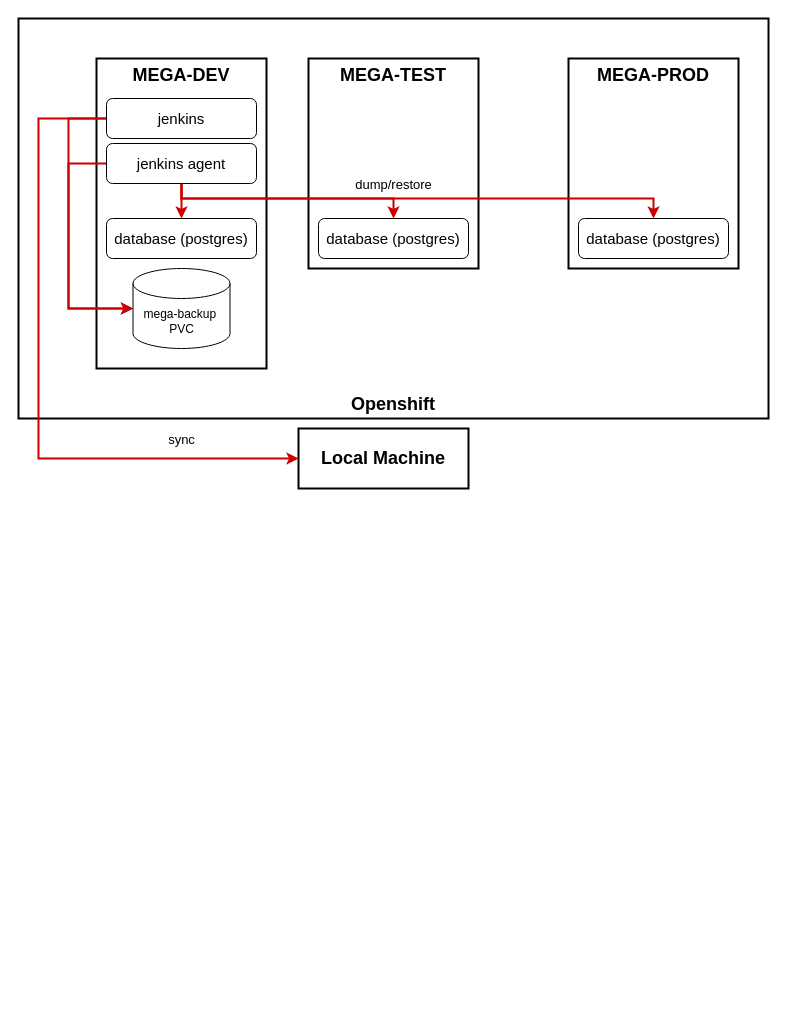
The draw.io diagram page "MEGA-Backup" (2 of 2) of doc/drawings/mega-infrastructure.drawio in Gepardec/mega-infrastructure, before the edit. Source tidied: cells renumbered, new cells numbered last; positions are measured from the earlier drawing's top-left corner, leaving out a move shared by most shapes. Both pictures are drawn from the tidied source at 100%, with x=0, y=0 at pixel (18, 18).
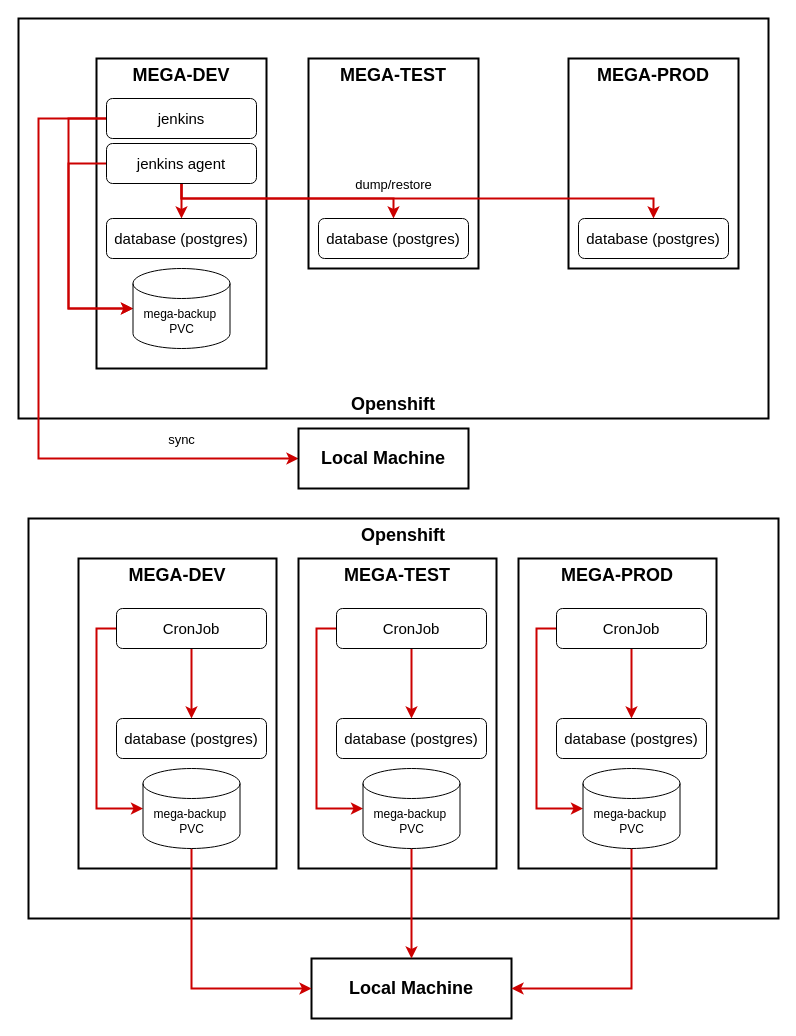
After the change.

What changed in the source:
```diff
@@
+    <mxCell id="21" value="Openshift" style="rounded=0;whiteSpace=wrap;html=1;strokeWidth=2;fontSize=18;align=center;verticalAlign=top;fontStyle=1;" parent="1" vertex="1">
+      <mxGeometry x="10" y="500" width="750" height="400" as="geometry" />
+    </mxCell>
+    <mxCell id="22" value="MEGA-DEV" style="rounded=0;whiteSpace=wrap;html=1;fontSize=18;verticalAlign=top;fontStyle=1;strokeWidth=2;" parent="1" vertex="1">
+      <mxGeometry x="60" y="540" width="198" height="310" as="geometry" />
+    </mxCell>
+    <mxCell id="23" style="edgeStyle=orthogonalEdgeStyle;rounded=0;jettySize=auto;html=1;exitX=0.5;exitY=1;exitDx=0;exitDy=0;entryX=0.5;entryY=0;entryDx=0;entryDy=0;strokeWidth=2;strokeColor=#CC0000;" parent="1" edge="1" source="25" target="26">
+      <mxGeometry relative="1" as="geometry" />
+    </mxCell>
+    <mxCell id="24" style="edgeStyle=orthogonalEdgeStyle;rounded=0;jettySize=auto;html=1;exitX=0;exitY=0.5;exitDx=0;exitDy=0;entryX=0;entryY=0.5;entryDx=0;entryDy=0;entryPerimeter=0;strokeWidth=2;strokeColor=#CC0000;" parent="1" edge="1" source="25" target="29">
+      <mxGeometry relative="1" as="geometry" />
+    </mxCell>
+    <mxCell id="25" value="&lt;font style=&quot;font-size: 15px&quot;&gt;CronJob&lt;/font&gt;" style="rounded=1;whiteSpace=wrap;html=1;fontSize=18;align=center;" parent="1" vertex="1">
+      <mxGeometry x="98" y="590" width="150" height="40" as="geometry" />
+    </mxCell>
+    <mxCell id="26" value="&lt;font style=&quot;font-size: 15px&quot;&gt;database (postgres)&lt;/font&gt;" style="rounded=1;whiteSpace=wrap;html=1;fontSize=18;align=center;" parent="1" vertex="1">
+      <mxGeometry x="98" y="700" width="150" height="40" as="geometry" />
+    </mxCell>
+    <mxCell id="27" value="Local Machine" style="rounded=0;whiteSpace=wrap;html=1;fontSize=18;strokeWidth=2;fontStyle=1;" parent="1" vertex="1">
+      <mxGeometry x="293" y="940" width="200" height="60" as="geometry" />
+    </mxCell>
+    <mxCell id="28" style="edgeStyle=orthogonalEdgeStyle;rounded=0;jettySize=auto;html=1;exitX=0.5;exitY=1;exitDx=0;exitDy=0;exitPerimeter=0;entryX=0;entryY=0.5;entryDx=0;entryDy=0;strokeColor=#CC0000;strokeWidth=2;" parent="1" edge="1" source="29" target="27">
+      <mxGeometry relative="1" as="geometry" />
+    </mxCell>
+    <mxCell id="29" value="mega-backup&amp;nbsp;&lt;br&gt;PVC" style="shape=cylinder3;whiteSpace=wrap;html=1;boundedLbl=1;backgroundOutline=1;size=15;" parent="1" vertex="1">
+      <mxGeometry x="124.5" y="750" width="97" height="80" as="geometry" />
+    </mxCell>
+    <mxCell id="30" value="MEGA-TEST" style="rounded=0;whiteSpace=wrap;html=1;fontSize=18;verticalAlign=top;fontStyle=1;strokeWidth=2;" parent="1" vertex="1">
+      <mxGeometry x="280" y="540" width="198" height="310" as="geometry" />
+    </mxCell>
+    <mxCell id="31" style="edgeStyle=orthogonalEdgeStyle;rounded=0;jettySize=auto;html=1;exitX=0.5;exitY=1;exitDx=0;exitDy=0;entryX=0.5;entryY=0;entryDx=0;entryDy=0;strokeWidth=2;strokeColor=#CC0000;" parent="1" edge="1" source="33" target="34">
+      <mxGeometry relative="1" as="geometry" />
+    </mxCell>
+    <mxCell id="32" style="edgeStyle=orthogonalEdgeStyle;rounded=0;jettySize=auto;html=1;exitX=0;exitY=0.5;exitDx=0;exitDy=0;entryX=0;entryY=0.5;entryDx=0;entryDy=0;entryPerimeter=0;strokeWidth=2;strokeColor=#CC0000;" parent="1" edge="1" source="33" target="36">
+      <mxGeometry relative="1" as="geometry" />
+    </mxCell>
+    <mxCell id="33" value="&lt;font style=&quot;font-size: 15px&quot;&gt;CronJob&lt;/font&gt;" style="rounded=1;whiteSpace=wrap;html=1;fontSize=18;align=center;" parent="1" vertex="1">
+      <mxGeometry x="318" y="590" width="150" height="40" as="geometry" />
+    </mxCell>
+    <mxCell id="34" value="&lt;font style=&quot;font-size: 15px&quot;&gt;database (postgres)&lt;/font&gt;" style="rounded=1;whiteSpace=wrap;html=1;fontSize=18;align=center;" parent="1" vertex="1">
+      <mxGeometry x="318" y="700" width="150" height="40" as="geometry" />
+    </mxCell>
+    <mxCell id="35" style="edgeStyle=orthogonalEdgeStyle;rounded=0;jettySize=auto;html=1;exitX=0.5;exitY=1;exitDx=0;exitDy=0;exitPerimeter=0;entryX=0.5;entryY=0;entryDx=0;entryDy=0;strokeColor=#CC0000;strokeWidth=2;" parent="1" edge="1" source="36" target="27">
+      <mxGeometry relative="1" as="geometry" />
+    </mxCell>
+    <mxCell id="36" value="mega-backup&amp;nbsp;&lt;br&gt;PVC" style="shape=cylinder3;whiteSpace=wrap;html=1;boundedLbl=1;backgroundOutline=1;size=15;" parent="1" vertex="1">
+      <mxGeometry x="344.5" y="750" width="97" height="80" as="geometry" />
+    </mxCell>
+    <mxCell id="37" value="MEGA-PROD" style="rounded=0;whiteSpace=wrap;html=1;fontSize=18;verticalAlign=top;fontStyle=1;strokeWidth=2;" parent="1" vertex="1">
+      <mxGeometry x="500" y="540" width="198" height="310" as="geometry" />
+    </mxCell>
+    <mxCell id="38" style="edgeStyle=orthogonalEdgeStyle;rounded=0;jettySize=auto;html=1;exitX=0.5;exitY=1;exitDx=0;exitDy=0;entryX=0.5;entryY=0;entryDx=0;entryDy=0;strokeWidth=2;strokeColor=#CC0000;" parent="1" edge="1" source="40" target="41">
+      <mxGeometry relative="1" as="geometry" />
+    </mxCell>
+    <mxCell id="39" style="edgeStyle=orthogonalEdgeStyle;rounded=0;jettySize=auto;html=1;exitX=0;exitY=0.5;exitDx=0;exitDy=0;entryX=0;entryY=0.5;entryDx=0;entryDy=0;entryPerimeter=0;strokeWidth=2;strokeColor=#CC0000;" parent="1" edge="1" source="40" target="43">
+      <mxGeometry relative="1" as="geometry" />
+    </mxCell>
+    <mxCell id="40" value="&lt;font style=&quot;font-size: 15px&quot;&gt;CronJob&lt;/font&gt;" style="rounded=1;whiteSpace=wrap;html=1;fontSize=18;align=center;" parent="1" vertex="1">
+      <mxGeometry x="538" y="590" width="150" height="40" as="geometry" />
+    </mxCell>
+    <mxCell id="41" value="&lt;font style=&quot;font-size: 15px&quot;&gt;database (postgres)&lt;/font&gt;" style="rounded=1;whiteSpace=wrap;html=1;fontSize=18;align=center;" parent="1" vertex="1">
+      <mxGeometry x="538" y="700" width="150" height="40" as="geometry" />
+    </mxCell>
+    <mxCell id="42" style="edgeStyle=orthogonalEdgeStyle;rounded=0;jettySize=auto;html=1;exitX=0.5;exitY=1;exitDx=0;exitDy=0;exitPerimeter=0;entryX=1;entryY=0.5;entryDx=0;entryDy=0;strokeColor=#CC0000;strokeWidth=2;" parent="1" edge="1" source="43" target="27">
+      <mxGeometry relative="1" as="geometry" />
+    </mxCell>
+    <mxCell id="43" value="mega-backup&amp;nbsp;&lt;br&gt;PVC" style="shape=cylinder3;whiteSpace=wrap;html=1;boundedLbl=1;backgroundOutline=1;size=15;" parent="1" vertex="1">
+      <mxGeometry x="564.5" y="750" width="97" height="80" as="geometry" />
+    </mxCell>
```
